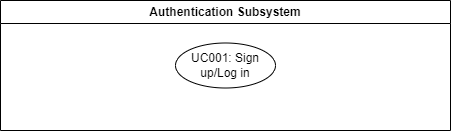
Above: project/drawio/Alpha/AuthenticationSubsystem.drawio.png in drshahizan/software-engineering (draw.io), before the change. Source tidied: cells renumbered, new cells last; positions are measured from the earlier drawing's top-left corner, leaving out a move shared by most shapes.
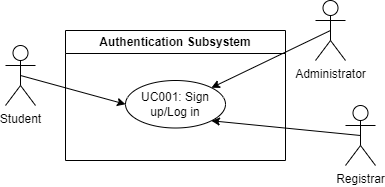
The same file after the commit.

Diff of the diagram source:
```diff
@@ -3,10 +3,28 @@
     <mxCell id="0" />
     <mxCell id="1" parent="0" />
     <mxCell id="2" value="Authentication Subsystem" style="swimlane;whiteSpace=wrap;html=1;" parent="1" vertex="1">
-      <mxGeometry width="450" height="130" as="geometry" />
+      <mxGeometry width="220" height="130" as="geometry" />
     </mxCell>
     <mxCell id="3" value="UC001: Sign up/Log in" style="ellipse;whiteSpace=wrap;html=1;" parent="2" vertex="1">
-      <mxGeometry x="175" y="42.5" width="100" height="45" as="geometry" />
+      <mxGeometry x="60" y="50" width="100" height="47.5" as="geometry" />
     </mxCell>
+    <mxCell id="4" style="edgeStyle=none;html=1;exitX=0.5;exitY=0.5;exitDx=0;exitDy=0;exitPerimeter=0;entryX=1;entryY=1;entryDx=0;entryDy=0;" parent="1" edge="1" source="5" target="3">
+      <mxGeometry relative="1" as="geometry" />
+    </mxCell>
+    <mxCell id="5" value="Registrar" style="shape=umlActor;verticalLabelPosition=bottom;verticalAlign=top;html=1;" parent="1" vertex="1">
+      <mxGeometry x="280" y="75" width="30" height="60" as="geometry" />
+    </mxCell>
+    <mxCell id="6" value="Administrator" style="shape=umlActor;verticalLabelPosition=bottom;verticalAlign=top;html=1;" parent="1" vertex="1">
+      <mxGeometry x="250" y="-30" width="30" height="60" as="geometry" />
+    </mxCell>
+    <mxCell id="7" style="edgeStyle=none;html=1;exitX=0.5;exitY=0.5;exitDx=0;exitDy=0;exitPerimeter=0;entryX=0;entryY=0.5;entryDx=0;entryDy=0;" parent="1" edge="1" source="8" target="3">
+      <mxGeometry relative="1" as="geometry" />
+    </mxCell>
+    <mxCell id="8" value="Student" style="shape=umlActor;verticalLabelPosition=bottom;verticalAlign=top;html=1;" parent="1" vertex="1">
+      <mxGeometry x="-60" y="15" width="30" height="60" as="geometry" />
+    </mxCell>
+    <mxCell id="9" style="edgeStyle=none;html=1;entryX=1;entryY=0;entryDx=0;entryDy=0;exitX=0.5;exitY=0.5;exitDx=0;exitDy=0;exitPerimeter=0;" parent="1" edge="1" source="6" target="3">
+      <mxGeometry relative="1" as="geometry" />
+    </mxCell>
   </root>
 </mxGraphModel>
```
